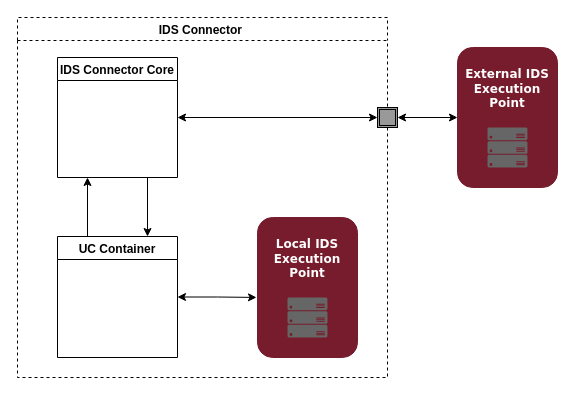
This is page "PXP" (2 of 2) of documentation/4_Perspectives_of_the_Reference_Architecture_Model/4_1_Security_Perspective/media/Context-information-and-execution-point.drawio from International-Data-Spaces-Association/IDS-RAM_4_0, a draw.io file, before an edit. Source tidied: cells renumbered, new cells numbered last; positions are measured from the earlier drawing's top-left corner, leaving out a move shared by most shapes. Both pictures are drawn from the tidied source at 100%, with x=0, y=0 at pixel (17, 17).
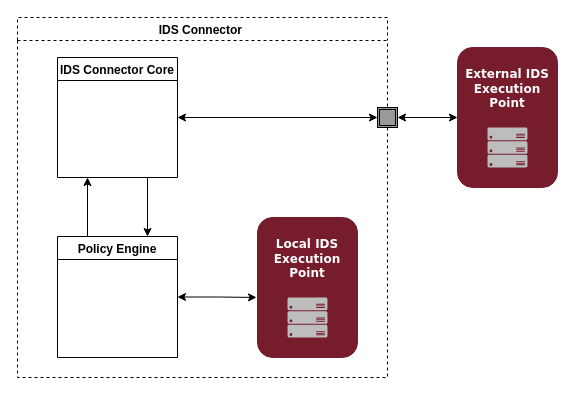
The same diagram, later.

What changed in the source:
```diff
@@
 <mxGraphModel>
   <root>
     <mxCell id="0" />
     <mxCell id="1" parent="0" />
     <mxCell id="2" value="&lt;b style=&quot;color: rgb(255 , 255 , 255) ; font-family: &amp;#34;verdana&amp;#34;&quot;&gt;&lt;font style=&quot;font-size: 12px&quot;&gt;External IDS Execution Point&lt;br&gt;&lt;br&gt;&lt;br&gt;&lt;br&gt;&lt;br&gt;&lt;/font&gt;&lt;/b&gt;" style="rounded=1;whiteSpace=wrap;html=1;fillColor=#771C2C;strokeColor=#771C2C;" parent="1" vertex="1">
       <mxGeometry x="440" y="30" width="100" height="140" as="geometry" />
     </mxCell>
     <mxCell id="3" value="IDS Connector " style="swimlane;dashed=1;" parent="1" vertex="1">
       <mxGeometry width="370" height="360" as="geometry" />
     </mxCell>
     <mxCell id="4" style="edgeStyle=orthogonalEdgeStyle;rounded=0;jettySize=auto;html=1;exitX=0.25;exitY=0;exitDx=0;exitDy=0;entryX=0.25;entryY=1;entryDx=0;entryDy=0;" parent="3" edge="1" source="5" target="6">
       <mxGeometry relative="1" as="geometry" />
     </mxCell>
-    <mxCell id="5" value="UC Container" style="swimlane;fontSize=12;startSize=23;" parent="3" vertex="1">
+    <mxCell id="5" value="Policy Engine" style="swimlane;fontSize=12;startSize=23;" parent="3" vertex="1">
       <mxGeometry x="40" y="219" width="120" height="121" as="geometry" />
     </mxCell>
     <mxCell id="6" value="IDS Connector Core" style="swimlane;startSize=23;" parent="3" vertex="1">
       <mxGeometry x="40" y="40" width="120" height="120" as="geometry" />
     </mxCell>
     <mxCell id="7" style="endArrow=classic;html=1;rounded=0;exitX=0.75;exitY=1;exitDx=0;exitDy=0;entryX=0.75;entryY=0;entryDx=0;entryDy=0;" parent="3" edge="1" source="6" target="5">
       <mxGeometry relative="1" as="geometry" />
     </mxCell>
     <mxCell id="8" value="&lt;b style=&quot;color: rgb(255 , 255 , 255) ; font-family: &amp;#34;verdana&amp;#34;&quot;&gt;&lt;font style=&quot;font-size: 12px&quot;&gt;Local IDS Execution Point&lt;br&gt;&lt;br&gt;&lt;br&gt;&lt;br&gt;&lt;br&gt;&lt;/font&gt;&lt;/b&gt;" style="rounded=1;whiteSpace=wrap;html=1;fillColor=#771C2C;strokeColor=#771C2C;" parent="3" vertex="1">
       <mxGeometry x="240" y="200" width="100" height="140" as="geometry" />
     </mxCell>
-    <mxCell id="9" style="sketch=0;shadow=0;dashed=0;html=1;strokeColor=none;labelPosition=center;verticalLabelPosition=bottom;verticalAlign=top;align=center;fillColor=#666666;shape=mxgraph.azure.server_rack;" parent="3" vertex="1">
+    <mxCell id="9" style="sketch=0;shadow=0;dashed=0;html=1;strokeColor=none;labelPosition=center;verticalLabelPosition=bottom;verticalAlign=top;align=center;fillColor=#BDBDBD;shape=mxgraph.azure.server_rack;" parent="3" vertex="1">
       <mxGeometry x="270" y="280" width="40" height="40" as="geometry" />
     </mxCell>
     <mxCell id="10" style="edgeStyle=orthogonalEdgeStyle;rounded=0;jettySize=auto;html=1;exitX=1;exitY=0.5;exitDx=0;exitDy=0;startArrow=classic;startFill=1;entryX=-0.01;entryY=0.571;entryDx=0;entryDy=0;entryPerimeter=0;" parent="3" edge="1" source="5" target="8">
       <mxGeometry relative="1" as="geometry" />
     </mxCell>
     <mxCell id="11" style="edgeStyle=orthogonalEdgeStyle;rounded=0;orthogonalLoop=1;jettySize=auto;html=1;exitX=1;exitY=0.5;exitDx=0;exitDy=0;startArrow=none;startFill=1;entryX=0;entryY=0.5;entryDx=0;entryDy=0;" parent="1" edge="1" source="12" target="12">
       <mxGeometry relative="1" as="geometry" />
     </mxCell>
     <mxCell id="12" style="shape=ext;double=1;whiteSpace=wrap;html=1;fillColor=#999999;" parent="1" vertex="1">
       <mxGeometry x="360" y="90" width="20" height="20" as="geometry" />
     </mxCell>
     <mxCell id="13" style="edgeStyle=orthogonalEdgeStyle;rounded=0;jettySize=auto;html=1;exitX=1;exitY=0.5;exitDx=0;exitDy=0;startArrow=classic;startFill=1;endArrow=classic;entryX=0;entryY=0.5;entryDx=0;entryDy=0;endFill=1;" parent="1" edge="1" source="6" target="12">
       <mxGeometry relative="1" as="geometry" />
     </mxCell>
     <mxCell id="14" style="edgeStyle=orthogonalEdgeStyle;rounded=0;jettySize=auto;html=1;exitX=1;exitY=0.5;exitDx=0;exitDy=0;startArrow=classic;startFill=1;endArrow=classic;entryX=0;entryY=0.5;entryDx=0;entryDy=0;endFill=1;" parent="1" edge="1" source="12" target="2">
       <mxGeometry relative="1" as="geometry" />
     </mxCell>
-    <mxCell id="15" style="sketch=0;shadow=0;dashed=0;html=1;strokeColor=none;labelPosition=center;verticalLabelPosition=bottom;verticalAlign=top;align=center;fillColor=#666666;shape=mxgraph.azure.server_rack;" parent="1" vertex="1">
+    <mxCell id="15" style="sketch=0;shadow=0;dashed=0;html=1;strokeColor=none;labelPosition=center;verticalLabelPosition=bottom;verticalAlign=top;align=center;fillColor=#BDBDBD;shape=mxgraph.azure.server_rack;" parent="1" vertex="1">
       <mxGeometry x="470" y="110" width="40" height="40" as="geometry" />
     </mxCell>
   </root>
 </mxGraphModel>
```
